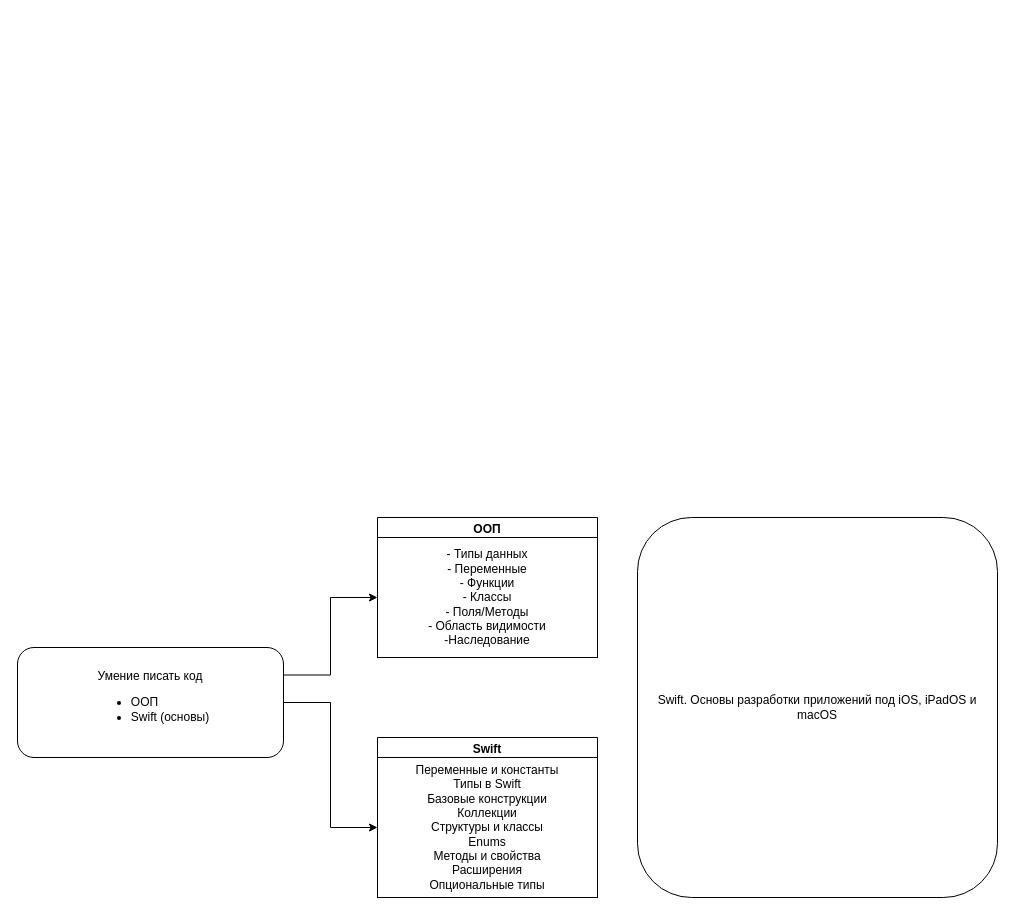
Before: diagram/RoadMap.drawio in Nikolaiko/swift-roadmap, a draw.io diagram. Source tidied: cells renumbered, new cells numbered last; positions are measured from the earlier drawing's top-left corner, leaving out a move shared by most shapes. Both pictures are drawn from the tidied source at 100%, with x=0, y=0 at pixel (17, 517).
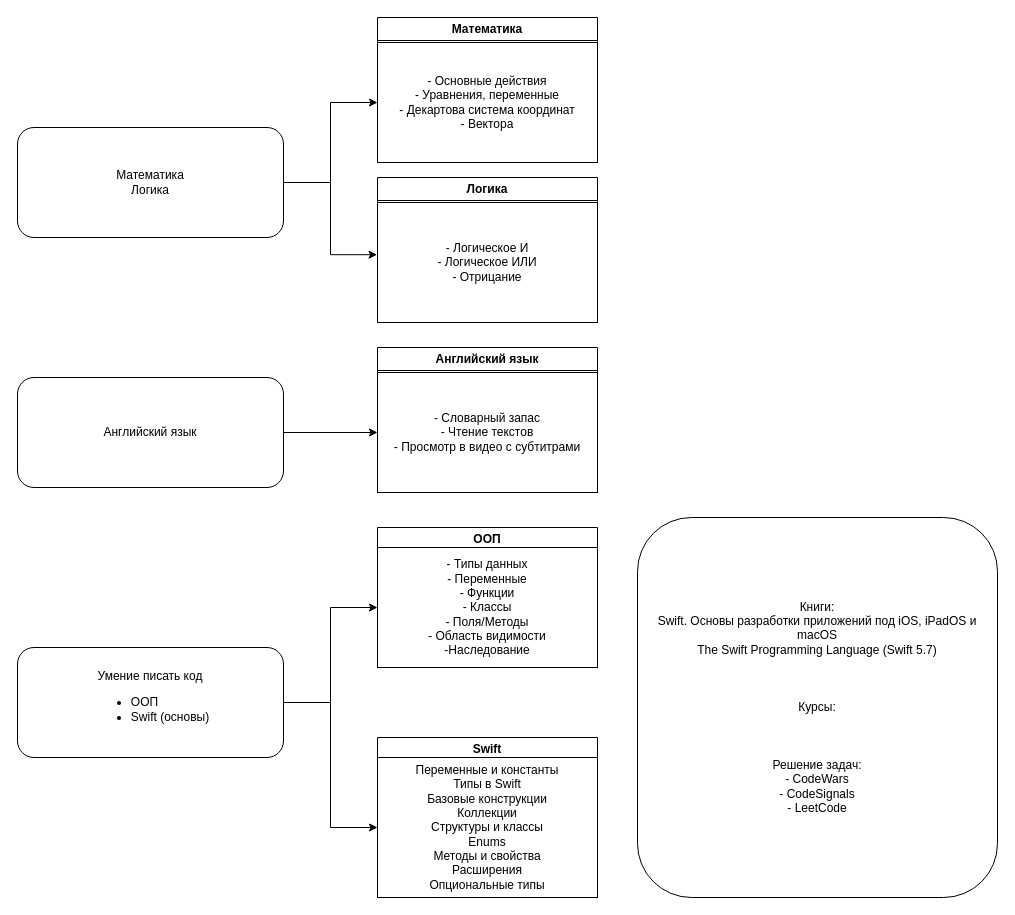
Above is the later version.

Commit message:
Добавлены секции RoadMap.drawio

Unchanged cells that the change refers to:
```xml
<mxCell id="3" value="Умение писать код&lt;br&gt;&lt;div style=&quot;text-align: left;&quot;&gt;&lt;ul&gt;&lt;li&gt;&lt;span style=&quot;background-color: initial;&quot;&gt;ООП&lt;/span&gt;&lt;/li&gt;&lt;li&gt;&lt;span style=&quot;background-color: initial;&quot;&gt;Swift (основы)&lt;/span&gt;&lt;/li&gt;&lt;/ul&gt;&lt;/div&gt;" style="rounded=1;whiteSpace=wrap;html=1;align=center;" parent="1" vertex="1">
  <mxGeometry y="130" width="266" height="110" as="geometry" />
</mxCell>
<mxCell id="5" value="- Типы данных&lt;br&gt;- Переменные&lt;br&gt;- Функции&lt;br&gt;- Классы&lt;br&gt;- Поля/Методы&lt;br&gt;- Область видимости&lt;br&gt;-Наследование&lt;br&gt;" style="whiteSpace=wrap;html=1;" parent="4" vertex="1">
  <mxGeometry y="20" width="220" height="120" as="geometry" />
</mxCell>
```

The edit, as a diff of the source:
```diff
@@
-    <mxCell id="2" style="edgeStyle=orthogonalEdgeStyle;rounded=0;jettySize=auto;html=1;entryX=0;entryY=0.5;entryDx=0;entryDy=0;exitX=1;exitY=0.25;exitDx=0;exitDy=0;" parent="1" edge="1" source="3" target="5">
+    <mxCell id="2" style="edgeStyle=orthogonalEdgeStyle;rounded=0;jettySize=auto;html=1;entryX=0;entryY=0.5;entryDx=0;entryDy=0;exitX=1;exitY=0.5;exitDx=0;exitDy=0;" parent="1" edge="1" source="3" target="5">
       <mxGeometry relative="1" as="geometry" />
     </mxCell>
@@
     <mxCell id="4" value="ООП" style="swimlane;whiteSpace=wrap;html=1;" parent="1" vertex="1">
-      <mxGeometry x="360" width="220" height="140" as="geometry" />
+      <mxGeometry x="360" y="10" width="220" height="140" as="geometry" />
     </mxCell>
@@
-    <mxCell id="9" value="Swift. Основы разработки приложений под iOS, iPadOS и macOS" style="rounded=1;whiteSpace=wrap;html=1;" parent="1" vertex="1">
+    <mxCell id="9" value="Книги:&lt;br&gt;Swift. Основы разработки приложений под iOS, iPadOS и macOS&lt;br&gt;The Swift Programming Language (Swift 5.7)&lt;br&gt;&lt;br&gt;&lt;br&gt;&lt;br&gt;Курсы:&lt;br&gt;&lt;br&gt;&lt;br&gt;&lt;br&gt;Решение задач:&lt;br&gt;- CodeWars&lt;br&gt;- CodeSignals&lt;br&gt;- LeetCode" style="rounded=1;whiteSpace=wrap;html=1;" parent="1" vertex="1">
       <mxGeometry x="620" width="360" height="380" as="geometry" />
     </mxCell>
+    <mxCell id="10" value="Английский язык" style="rounded=1;whiteSpace=wrap;html=1;align=center;" parent="1" vertex="1">
+      <mxGeometry y="-140" width="266" height="110" as="geometry" />
+    </mxCell>
+    <mxCell id="11" value="Английский язык" style="swimlane;whiteSpace=wrap;html=1;" parent="1" vertex="1">
+      <mxGeometry x="360" y="-170" width="220" height="145" as="geometry" />
+    </mxCell>
+    <mxCell id="12" value="- Словарный запас&lt;br&gt;- Чтение текстов&lt;br&gt;- Просмотр в видео с субтитрами" style="whiteSpace=wrap;html=1;" parent="11" vertex="1">
+      <mxGeometry y="25" width="220" height="120" as="geometry" />
+    </mxCell>
+    <mxCell id="13" style="endArrow=classic;html=1;rounded=0;exitX=1;exitY=0.5;exitDx=0;exitDy=0;entryX=0;entryY=0.5;entryDx=0;entryDy=0;" parent="1" edge="1" source="10" target="12">
+      <mxGeometry relative="1" as="geometry" />
+    </mxCell>
+    <mxCell id="14" value="Математика&lt;br&gt;Логика" style="rounded=1;whiteSpace=wrap;html=1;align=center;" parent="1" vertex="1">
+      <mxGeometry y="-390" width="266" height="110" as="geometry" />
+    </mxCell>
+    <mxCell id="15" value="Математика" style="swimlane;whiteSpace=wrap;html=1;" parent="1" vertex="1">
+      <mxGeometry x="360" y="-500" width="220" height="145" as="geometry" />
+    </mxCell>
+    <mxCell id="16" value="- Основные действия&lt;br&gt;- Уравнения, переменные&lt;br&gt;- Декартова система координат&lt;br&gt;- Вектора" style="whiteSpace=wrap;html=1;" parent="15" vertex="1">
+      <mxGeometry y="25" width="220" height="120" as="geometry" />
+    </mxCell>
+    <mxCell id="17" style="endArrow=classic;html=1;rounded=0;exitX=1;exitY=0.5;exitDx=0;exitDy=0;entryX=0;entryY=0.5;entryDx=0;entryDy=0;edgeStyle=orthogonalEdgeStyle;" parent="1" edge="1" source="14" target="16">
+      <mxGeometry relative="1" as="geometry" />
+    </mxCell>
+    <mxCell id="18" value="Логика" style="swimlane;whiteSpace=wrap;html=1;" parent="1" vertex="1">
+      <mxGeometry x="360" y="-340" width="220" height="145" as="geometry" />
+    </mxCell>
+    <mxCell id="19" value="- Логическое И&lt;br&gt;- Логическое ИЛИ&lt;br&gt;- Отрицание" style="whiteSpace=wrap;html=1;" parent="18" vertex="1">
+      <mxGeometry y="25" width="220" height="120" as="geometry" />
+    </mxCell>
+    <mxCell id="20" style="endArrow=classic;html=1;rounded=0;edgeStyle=orthogonalEdgeStyle;exitX=1;exitY=0.5;exitDx=0;exitDy=0;entryX=-0.002;entryY=0.435;entryDx=0;entryDy=0;entryPerimeter=0;" parent="1" edge="1" source="14" target="19">
+      <mxGeometry relative="1" as="geometry" />
+    </mxCell>
```
